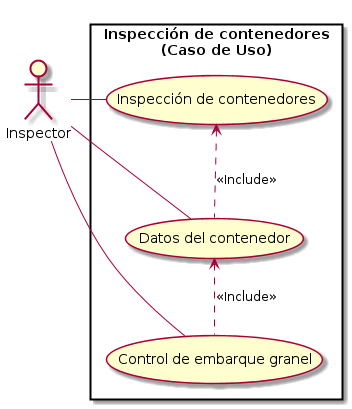
This is uml/inspeccionContenedores/casosUso.png from carlosjulioperez/design, a PlantUML export, as it was before one commit.
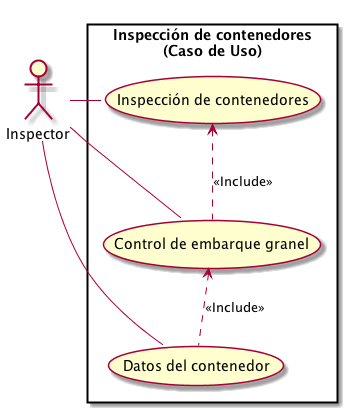
The same file after the commit.

Diff of the diagram source:
```diff
@@ -7,15 +7,15 @@
 
 	rectangle "Inspección de contenedores\n(Caso de Uso)" {
 		(Inspección de contenedores) as (Inspeccion)
+		(Control de embarque granel) as (Control)
 		(Datos del contenedor) as (Datos)
-		(Control de embarque granel) as (Control)
 
 		Inspector -right- (Inspeccion)
+		Inspector -- (Control)
 		Inspector -- (Datos)
-		Inspector -- (Control)
 
-		(Datos) -up.> (Inspeccion): <<Include>>
-		(Control) -up.> (Datos): <<Include>>
+		(Control) -up.> (Inspeccion): <<Include>>
+		(Datos) -up.> (Control): <<Include>>
 	}
 
 @enduml
```
